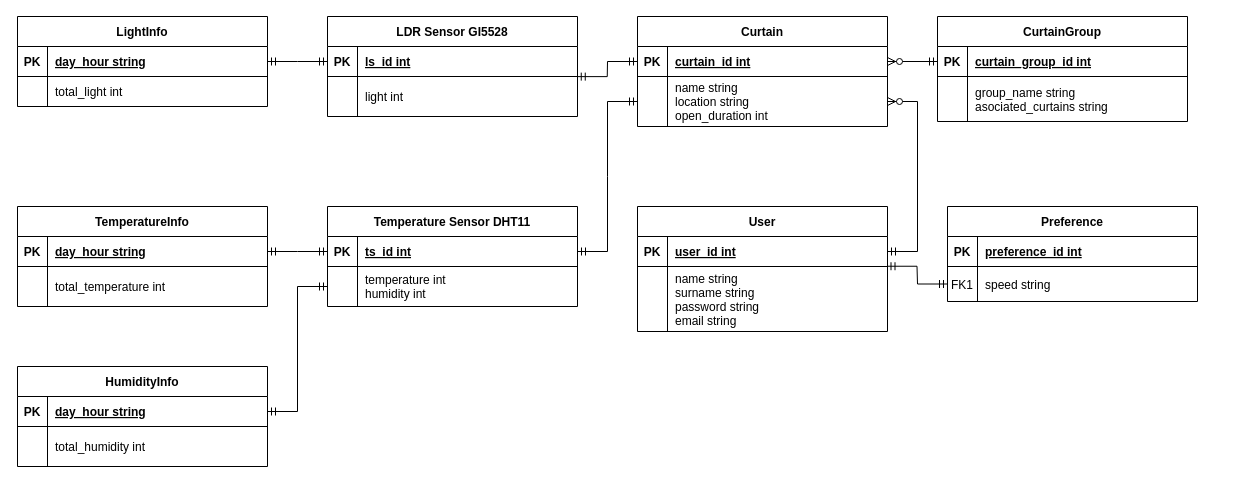
This is Luz-a-la-carta.drawio from Tomas093/Luz-a-la-Carta, a draw.io file, before an edit. Source tidied: cells renumbered, new cells numbered last; positions are measured from the earlier drawing's top-left corner, leaving out a move shared by most shapes. Both pictures are drawn from the tidied source at 100%, with x=0, y=0 at pixel (17, 16).
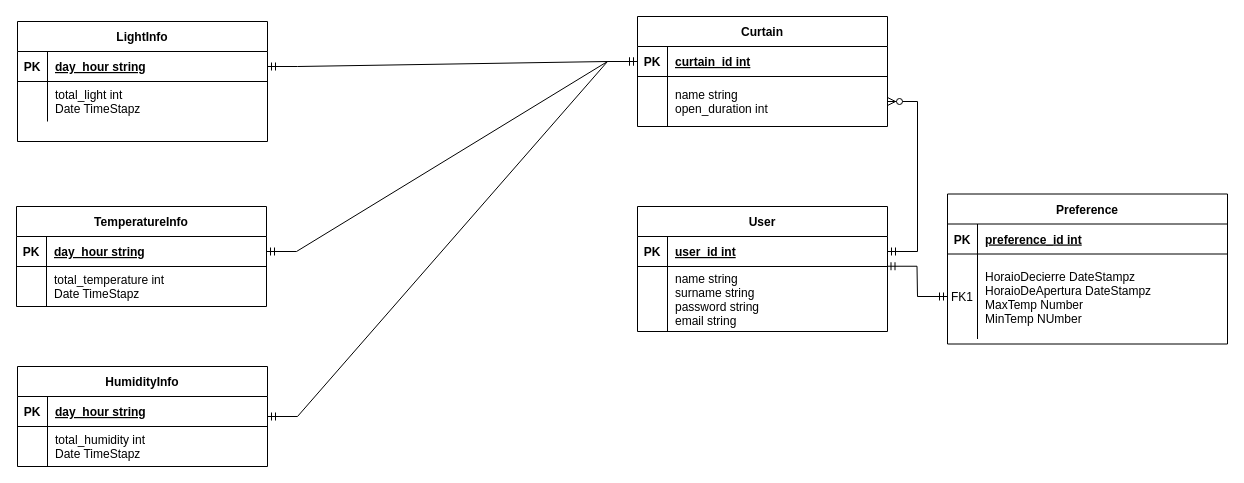
The same diagram, later.

Unchanged cells that the change refers to:
```xml
<mxCell id="17" style="shape=partialRectangle;fillColor=none;points=[[0,0.5],[1,0.5]];portConstraint=eastwest;top=0;left=0;right=0;bottom=1;" parent="16" vertex="1">
  <mxGeometry y="30" width="250" height="30" as="geometry" />
</mxCell>
<mxCell id="20" style="shape=partialRectangle;fillColor=none;points=[[0,0.5],[1,0.5]];portConstraint=eastwest;top=0;left=0;right=0;bottom=0;" parent="16" vertex="1">
  <mxGeometry y="60" width="250" height="50" as="geometry" />
</mxCell>
<mxCell id="42" style="shape=partialRectangle;fillColor=none;points=[[0,0.5],[1,0.5]];portConstraint=eastwest;top=0;left=0;right=0;bottom=1;" parent="41" vertex="1">
  <mxGeometry y="30" width="250" height="30" as="geometry" />
</mxCell>
<mxCell id="49" style="shape=partialRectangle;fillColor=none;points=[[0,0.5],[1,0.5]];portConstraint=eastwest;top=0;left=0;right=0;bottom=1;" parent="48" vertex="1">
  <mxGeometry y="30" width="250" height="30" as="geometry" />
</mxCell>
<mxCell id="52" style="shape=partialRectangle;fillColor=none;top=0;left=0;right=0;bottom=0;" parent="48" vertex="1">
  <mxGeometry y="60" width="250" height="40" as="geometry" />
</mxCell>
<mxCell id="56" style="shape=partialRectangle;fillColor=none;points=[[0,0.5],[1,0.5]];portConstraint=eastwest;top=0;left=0;right=0;bottom=1;" parent="55" vertex="1">
  <mxGeometry y="30" width="250" height="30" as="geometry" />
</mxCell>
<mxCell id="59" style="shape=partialRectangle;fillColor=none;top=0;left=0;right=0;bottom=0;" parent="55" vertex="1">
  <mxGeometry y="60" width="250" height="40" as="geometry" />
</mxCell>
```

The edit, as a diff of the source:
```diff
@@
     <mxCell id="2" value="Preference" style="shape=table;startSize=30;childLayout=tableLayout;rowLines=0;fontStyle=1;align=center;" parent="1" vertex="1">
-      <mxGeometry x="930" y="190" width="250" height="95" as="geometry" />
+      <mxGeometry x="930" y="177.5" width="280" height="150" as="geometry" />
     </mxCell>
     <mxCell id="3" style="shape=partialRectangle;fillColor=none;top=0;left=0;right=0;bottom=1;" parent="2" vertex="1">
-      <mxGeometry y="30" width="250" height="30" as="geometry" />
+      <mxGeometry y="30" width="280" height="30" as="geometry" />
     </mxCell>
@@
     <mxCell id="5" value="preference_id int" style="shape=partialRectangle;overflow=hidden;fillColor=none;top=0;left=0;bottom=0;right=0;align=left;spacingLeft=6;fontStyle=5;" parent="3" vertex="1">
-      <mxGeometry x="30" width="220" height="30" as="geometry" />
+      <mxGeometry x="30" width="250" height="30" as="geometry" />
     </mxCell>
     <mxCell id="6" style="shape=partialRectangle;fillColor=none;points=[[0,0.5],[1,0.5]];portConstraint=eastwest;top=0;left=0;right=0;bottom=0;" parent="2" vertex="1">
-      <mxGeometry y="60" width="250" height="35" as="geometry" />
+      <mxGeometry y="60" width="280" height="85" as="geometry" />
     </mxCell>
     <mxCell id="7" value="FK1" style="shape=partialRectangle;overflow=hidden;fillColor=none;top=0;left=0;bottom=0;right=0;" parent="6" vertex="1">
-      <mxGeometry width="30" height="35" as="geometry" />
+      <mxGeometry width="30" height="85" as="geometry" />
     </mxCell>
-    <mxCell id="8" value="speed string" style="shape=partialRectangle;overflow=hidden;fillColor=none;top=0;left=0;bottom=0;right=0;align=left;spacingLeft=6;" parent="6" vertex="1">
-      <mxGeometry x="30" width="220" height="35" as="geometry" />
+    <mxCell id="8" value="&#10;HoraioDecierre DateStampz&#10;HoraioDeApertura DateStampz&#10;MaxTemp Number&#10;MinTemp NUmber&#10;&#10;" style="shape=partialRectangle;overflow=hidden;fillColor=none;top=0;left=0;bottom=0;right=0;align=left;spacingLeft=6;" parent="6" vertex="1">
+      <mxGeometry x="30" width="250" height="85" as="geometry" />
     </mxCell>
@@
-    <mxCell id="22" value="name string&#10;location string&#10;open_duration int" style="shape=partialRectangle;overflow=hidden;fillColor=none;top=0;left=0;bottom=0;right=0;align=left;spacingLeft=6;" parent="20" vertex="1">
+    <mxCell id="22" value="name string&#10;open_duration int" style="shape=partialRectangle;overflow=hidden;fillColor=none;top=0;left=0;bottom=0;right=0;align=left;spacingLeft=6;" parent="20" vertex="1">
       <mxGeometry x="30" width="220" height="50" as="geometry" />
     </mxCell>
@@
-    <mxCell id="25" value="LDR Sensor GI5528" style="shape=table;startSize=30;childLayout=tableLayout;rowLines=0;fontStyle=1;align=center;" parent="1" vertex="1">
-      <mxGeometry x="310" width="250" height="100" as="geometry" />
-    </mxCell>
-    <mxCell id="26" style="shape=partialRectangle;fillColor=none;points=[[0,0.5],[1,0.5]];portConstraint=eastwest;top=0;left=0;right=0;bottom=1;" parent="25" vertex="1">
-      <mxGeometry y="30" width="250" height="30" as="geometry" />
-    </mxCell>
-    <mxCell id="27" value="PK" style="shape=partialRectangle;overflow=hidden;fillColor=none;top=0;left=0;bottom=0;right=0;fontStyle=1;" parent="26" vertex="1">
-      <mxGeometry width="30" height="30" as="geometry" />
-    </mxCell>
-    <mxCell id="28" value="ls_id int" style="shape=partialRectangle;overflow=hidden;fillColor=none;top=0;left=0;bottom=0;right=0;align=left;spacingLeft=6;fontStyle=5;" parent="26" vertex="1">
-      <mxGeometry x="30" width="220" height="30" as="geometry" />
-    </mxCell>
-    <mxCell id="29" style="shape=partialRectangle;fillColor=none;top=0;left=0;right=0;bottom=0;" parent="25" vertex="1">
-      <mxGeometry y="60" width="250" height="40" as="geometry" />
-    </mxCell>
-    <mxCell id="30" style="shape=partialRectangle;overflow=hidden;fillColor=none;top=0;left=0;bottom=0;right=0;" parent="29" vertex="1">
-      <mxGeometry width="30" height="40" as="geometry" />
-    </mxCell>
-    <mxCell id="31" value="light int" style="shape=partialRectangle;overflow=hidden;fillColor=none;top=0;left=0;bottom=0;right=0;align=left;spacingLeft=6;" parent="29" vertex="1">
-      <mxGeometry x="30" width="220" height="40" as="geometry" />
-    </mxCell>
-    <mxCell id="32" style="edgeStyle=entityRelationEdgeStyle;fontSize=12;html=1;endArrow=ERmandOne;startArrow=ERmandOne;rounded=0;exitX=0.999;exitY=1.004;exitDx=0;exitDy=0;exitPerimeter=0;entryX=0;entryY=0.5;entryDx=0;entryDy=0;" parent="1" edge="1" source="26" target="17">
-      <mxGeometry relative="1" as="geometry" />
-    </mxCell>
-    <mxCell id="33" value="Temperature Sensor DHT11" style="shape=table;startSize=30;childLayout=tableLayout;rowLines=0;fontStyle=1;align=center;" parent="1" vertex="1">
-      <mxGeometry x="310" y="190" width="250" height="100" as="geometry" />
-    </mxCell>
-    <mxCell id="34" style="shape=partialRectangle;fillColor=none;points=[[0,0.5],[1,0.5]];portConstraint=eastwest;top=0;left=0;right=0;bottom=1;" parent="33" vertex="1">
-      <mxGeometry y="30" width="250" height="30" as="geometry" />
-    </mxCell>
-    <mxCell id="35" value="PK" style="shape=partialRectangle;overflow=hidden;fillColor=none;top=0;left=0;bottom=0;right=0;fontStyle=1;" parent="34" vertex="1">
-      <mxGeometry width="30" height="30" as="geometry" />
-    </mxCell>
-    <mxCell id="36" value="ts_id int" style="shape=partialRectangle;overflow=hidden;fillColor=none;top=0;left=0;bottom=0;right=0;align=left;spacingLeft=6;fontStyle=5;" parent="34" vertex="1">
-      <mxGeometry x="30" width="220" height="30" as="geometry" />
-    </mxCell>
-    <mxCell id="37" style="shape=partialRectangle;fillColor=none;points=[[0,0.5],[1,0.5]];portConstraint=eastwest;top=0;left=0;right=0;bottom=0;" parent="33" vertex="1">
-      <mxGeometry y="60" width="250" height="40" as="geometry" />
-    </mxCell>
-    <mxCell id="38" style="shape=partialRectangle;overflow=hidden;fillColor=none;top=0;left=0;bottom=0;right=0;" parent="37" vertex="1">
-      <mxGeometry width="30" height="40" as="geometry" />
-    </mxCell>
-    <mxCell id="39" value="temperature int&#10;humidity int" style="shape=partialRectangle;overflow=hidden;fillColor=none;top=0;left=0;bottom=0;right=0;align=left;spacingLeft=6;" parent="37" vertex="1">
-      <mxGeometry x="30" width="220" height="40" as="geometry" />
-    </mxCell>
-    <mxCell id="40" style="edgeStyle=entityRelationEdgeStyle;fontSize=12;html=1;endArrow=ERmandOne;startArrow=ERmandOne;rounded=0;exitX=1;exitY=0.5;exitDx=0;exitDy=0;entryX=0;entryY=0.5;entryDx=0;entryDy=0;" parent="1" edge="1" source="34" target="20">
-      <mxGeometry relative="1" as="geometry" />
-    </mxCell>
     <mxCell id="41" value="LightInfo" style="shape=table;startSize=30;childLayout=tableLayout;rowLines=0;fontStyle=1;align=center;" parent="1" vertex="1">
-      <mxGeometry width="250" height="90" as="geometry" />
+      <mxGeometry y="5" width="250" height="120" as="geometry" />
     </mxCell>
@@
     <mxCell id="45" style="shape=partialRectangle;fillColor=none;top=0;left=0;right=0;bottom=0;" parent="41" vertex="1">
-      <mxGeometry y="60" width="250" height="30" as="geometry" />
+      <mxGeometry y="60" width="250" height="40" as="geometry" />
     </mxCell>
-    <mxCell id="46" style="shape=partialRectangle;overflow=hidden;fillColor=none;top=0;left=0;bottom=0;right=0;" parent="45" vertex="1">
-      <mxGeometry width="30" height="30" as="geometry" />
+    <mxCell id="46" value="&#10;" style="shape=partialRectangle;overflow=hidden;fillColor=none;top=0;left=0;bottom=0;right=0;" parent="45" vertex="1">
+      <mxGeometry width="30" height="40" as="geometry" />
     </mxCell>
-    <mxCell id="47" value="total_light int" style="shape=partialRectangle;overflow=hidden;fillColor=none;top=0;left=0;bottom=0;right=0;align=left;spacingLeft=6;" parent="45" vertex="1">
-      <mxGeometry x="30" width="220" height="30" as="geometry" />
+    <mxCell id="47" value="total_light int&#10;Date TimeStapz" style="shape=partialRectangle;overflow=hidden;fillColor=none;top=0;left=0;bottom=0;right=0;align=left;spacingLeft=6;" parent="45" vertex="1">
+      <mxGeometry x="30" width="220" height="40" as="geometry" />
     </mxCell>
     <mxCell id="48" value="TemperatureInfo" style="shape=table;startSize=30;childLayout=tableLayout;rowLines=0;fontStyle=1;align=center;" parent="1" vertex="1">
-      <mxGeometry y="190" width="250" height="100" as="geometry" />
+      <mxGeometry x="-1" y="190" width="250" height="100" as="geometry" />
     </mxCell>
@@
-    <mxCell id="54" value="total_temperature int" style="shape=partialRectangle;overflow=hidden;fillColor=none;top=0;left=0;bottom=0;right=0;align=left;spacingLeft=6;" parent="52" vertex="1">
+    <mxCell id="54" value="total_temperature int&#10;Date TimeStapz" style="shape=partialRectangle;overflow=hidden;fillColor=none;top=0;left=0;bottom=0;right=0;align=left;spacingLeft=6;" parent="52" vertex="1">
       <mxGeometry x="30" width="220" height="40" as="geometry" />
     </mxCell>
@@
-    <mxCell id="61" value="total_humidity int" style="shape=partialRectangle;overflow=hidden;fillColor=none;top=0;left=0;bottom=0;right=0;align=left;spacingLeft=6;" parent="59" vertex="1">
+    <mxCell id="61" value="total_humidity int&#10;Date TimeStapz" style="shape=partialRectangle;overflow=hidden;fillColor=none;top=0;left=0;bottom=0;right=0;align=left;spacingLeft=6;" parent="59" vertex="1">
       <mxGeometry x="30" width="220" height="40" as="geometry" />
     </mxCell>
-    <mxCell id="62" style="edgeStyle=entityRelationEdgeStyle;fontSize=12;html=1;endArrow=ERmandOne;startArrow=ERmandOne;rounded=0;entryX=0;entryY=0.5;entryDx=0;entryDy=0;exitX=1;exitY=0.5;exitDx=0;exitDy=0;" parent="1" edge="1" source="42" target="26">
-      <mxGeometry relative="1" as="geometry" />
+    <mxCell id="62" style="edgeStyle=entityRelationEdgeStyle;fontSize=12;html=1;endArrow=ERmandOne;startArrow=ERmandOne;rounded=0;exitX=1;exitY=0.5;exitDx=0;exitDy=0;" parent="1" edge="1" source="42">
+      <mxGeometry relative="1" as="geometry">
+        <mxPoint x="620" y="45" as="targetPoint" />
+      </mxGeometry>
     </mxCell>
-    <mxCell id="63" style="edgeStyle=entityRelationEdgeStyle;fontSize=12;html=1;endArrow=ERmandOne;startArrow=ERmandOne;rounded=0;entryX=0;entryY=0.5;entryDx=0;entryDy=0;exitX=1;exitY=0.5;exitDx=0;exitDy=0;" parent="1" edge="1" source="49" target="34">
+    <mxCell id="63" style="edgeStyle=entityRelationEdgeStyle;fontSize=12;html=1;endArrow=ERmandOne;startArrow=ERmandOne;rounded=0;entryX=0;entryY=0.5;entryDx=0;entryDy=0;exitX=1;exitY=0.5;exitDx=0;exitDy=0;" parent="1" edge="1" source="49" target="17">
       <mxGeometry relative="1" as="geometry" />
     </mxCell>
-    <mxCell id="64" style="edgeStyle=entityRelationEdgeStyle;fontSize=12;html=1;endArrow=ERmandOne;startArrow=ERmandOne;rounded=0;entryX=0;entryY=0.5;entryDx=0;entryDy=0;exitX=1;exitY=0.5;exitDx=0;exitDy=0;" parent="1" edge="1" source="56" target="37">
-      <mxGeometry relative="1" as="geometry" />
+    <mxCell id="64" style="edgeStyle=entityRelationEdgeStyle;fontSize=12;html=1;endArrow=none;startArrow=ERmandOne;rounded=0;entryX=0;entryY=0.5;entryDx=0;entryDy=0;exitX=1;exitY=0.5;exitDx=0;exitDy=0;startFill=0;" parent="1" edge="1" target="17">
+      <mxGeometry relative="1" as="geometry">
+        <mxPoint x="250" y="400" as="sourcePoint" />
+      </mxGeometry>
     </mxCell>
-    <mxCell id="65" value="CurtainGroup" style="shape=table;startSize=30;childLayout=tableLayout;rowLines=0;fontStyle=1;align=center;" parent="1" vertex="1">
-      <mxGeometry x="920" width="250" height="105" as="geometry" />
-    </mxCell>
-    <mxCell id="66" style="shape=partialRectangle;fillColor=none;points=[[0,0.5],[1,0.5]];portConstraint=eastwest;top=0;left=0;right=0;bottom=1;" parent="65" vertex="1">
-      <mxGeometry y="30" width="250" height="30" as="geometry" />
-    </mxCell>
-    <mxCell id="67" value="PK" style="shape=partialRectangle;overflow=hidden;fillColor=none;top=0;left=0;bottom=0;right=0;fontStyle=1;" parent="66" vertex="1">
-      <mxGeometry width="30" height="30" as="geometry" />
-    </mxCell>
-    <mxCell id="68" value="curtain_group_id int" style="shape=partialRectangle;overflow=hidden;fillColor=none;top=0;left=0;bottom=0;right=0;align=left;spacingLeft=6;fontStyle=5;" parent="66" vertex="1">
-      <mxGeometry x="30" width="220" height="30" as="geometry" />
-    </mxCell>
-    <mxCell id="69" style="shape=partialRectangle;fillColor=none;top=0;left=0;right=0;bottom=0;" parent="65" vertex="1">
-      <mxGeometry y="60" width="250" height="45" as="geometry" />
-    </mxCell>
-    <mxCell id="70" style="shape=partialRectangle;overflow=hidden;fillColor=none;top=0;left=0;bottom=0;right=0;" parent="69" vertex="1">
-      <mxGeometry width="30" height="45" as="geometry" />
-    </mxCell>
-    <mxCell id="71" value="group_name string&#10;asociated_curtains string" style="shape=partialRectangle;overflow=hidden;fillColor=none;top=0;left=0;bottom=0;right=0;align=left;spacingLeft=6;" parent="69" vertex="1">
-      <mxGeometry x="30" width="220" height="45" as="geometry" />
-    </mxCell>
-    <mxCell id="72" style="edgeStyle=entityRelationEdgeStyle;fontSize=12;html=1;endArrow=ERzeroToMany;startArrow=ERmandOne;rounded=0;exitX=0;exitY=0.5;exitDx=0;exitDy=0;entryX=1;entryY=0.5;entryDx=0;entryDy=0;" parent="1" edge="1" source="66" target="17">
-      <mxGeometry relative="1" as="geometry">
-        <Array as="points">
-          <mxPoint x="930" y="200" />
-        </Array>
-      </mxGeometry>
-    </mxCell>
```
